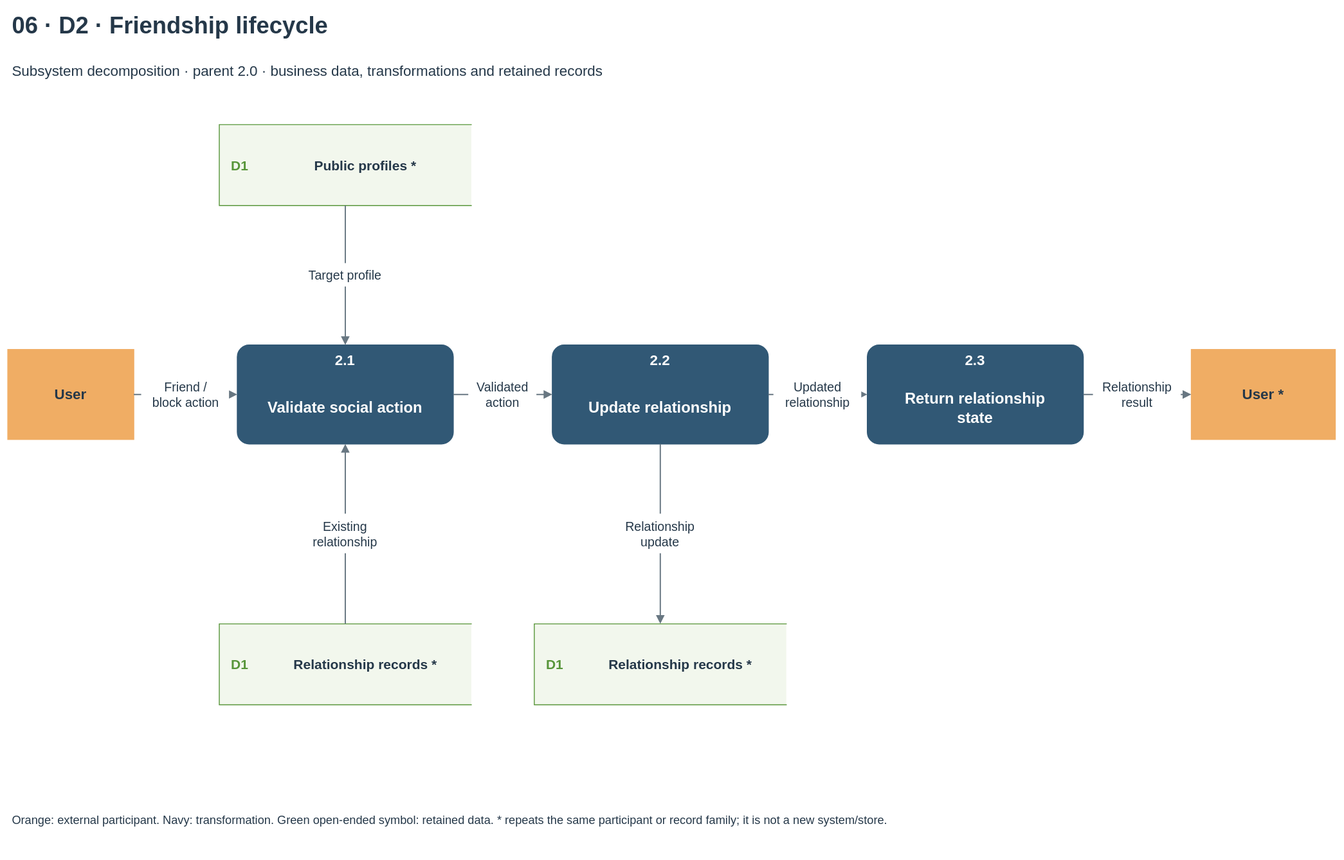
Above: docs/diagrams/velora-current/importable-svg/06-dfd-social.drawio.svg in HieuCuteDangYeu/velora-backend (draw.io), before the change. Source tidied: cells renumbered, new cells last; positions are measured from the earlier drawing's top-left corner, leaving out a move shared by most shapes.
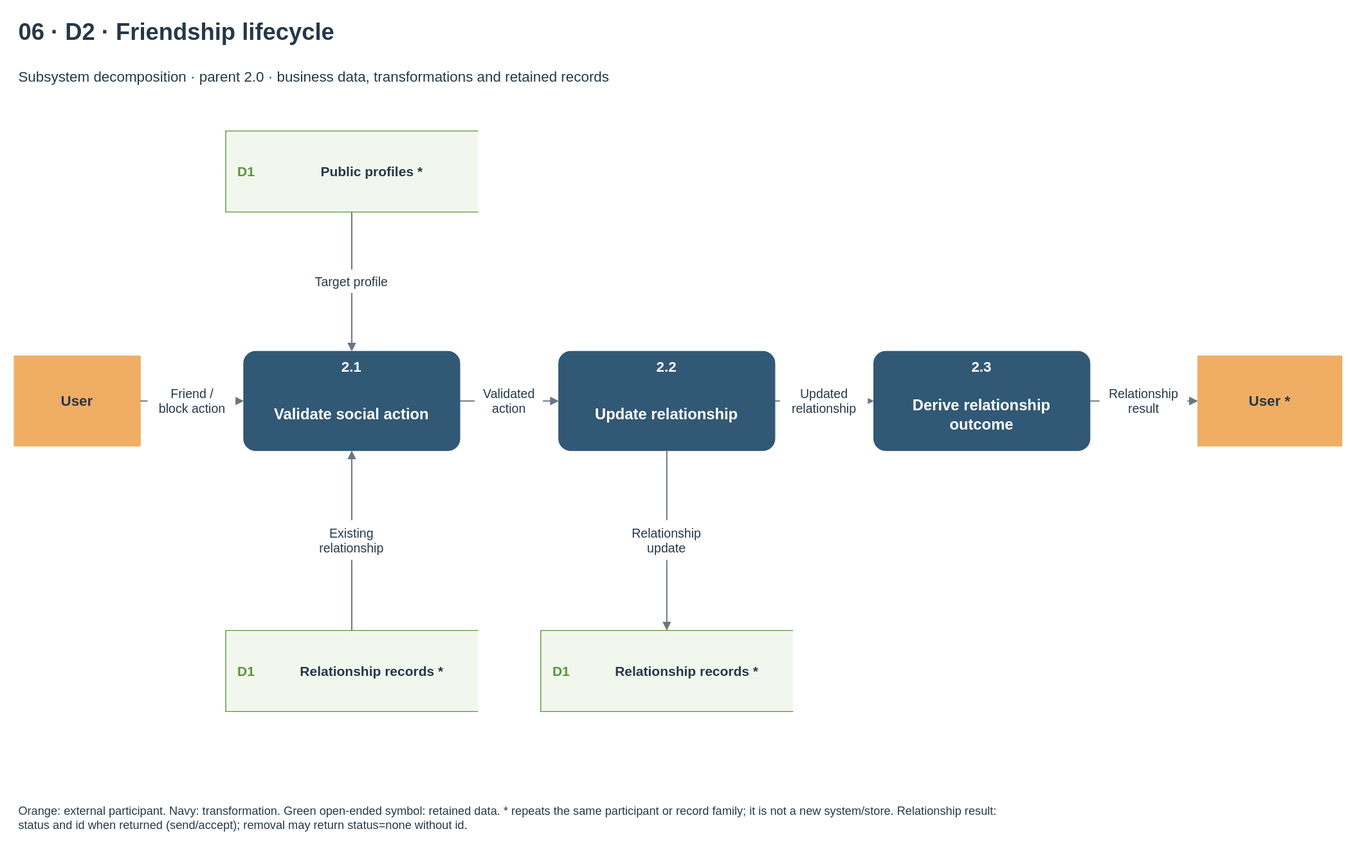
Later version of the same file.

Change to the diagram source:
```diff
@@ -32,7 +32,7 @@
     <mxCell id="11" value="2.3" style="text;html=1;whiteSpace=wrap;fontFamily=Arial;fontSize=16;fontColor=white;fontStyle=1;align=center;verticalAlign=middle;spacing=0;" parent="10" vertex="1">
       <mxGeometry x="5" y="4" width="230" height="25" as="geometry" />
     </mxCell>
-    <mxCell id="12" value="Return relationship&lt;br&gt;state" style="text;html=1;whiteSpace=wrap;fontFamily=Arial;fontSize=17;fontColor=white;fontStyle=1;align=center;verticalAlign=middle;spacing=0;" parent="10" vertex="1">
+    <mxCell id="12" value="Derive relationship&lt;br&gt;outcome" style="text;html=1;whiteSpace=wrap;fontFamily=Arial;fontSize=17;fontColor=white;fontStyle=1;align=center;verticalAlign=middle;spacing=0;" parent="10" vertex="1">
       <mxGeometry x="8" y="36" width="224" height="70" as="geometry" />
     </mxCell>
     <mxCell id="13" style="rounded=0;arcSize=12;fillColor=#f0ad64;strokeColor=#f0ad64;dashed=0;whiteSpace=wrap;" parent="1" vertex="1">
@@ -137,8 +137,8 @@
     <mxCell id="46" value="Relationship&lt;br&gt;update" style="text;html=1;whiteSpace=wrap;fontFamily=Arial;fontSize=14;fontColor=#253849;fontStyle=0;align=center;verticalAlign=middle;spacing=0;" parent="1" vertex="1">
       <mxGeometry x="676.2" y="563" width="97.6" height="44" as="geometry" />
     </mxCell>
-    <mxCell id="47" value="Orange: external participant. Navy: transformation. Green open-ended symbol: retained data. * repeats the same participant or record family; it is not a new system/store." style="text;html=1;whiteSpace=wrap;fontFamily=Arial;fontSize=13;fontColor=#253849;fontStyle=0;align=left;verticalAlign=middle;spacing=0;" parent="1" vertex="1">
-      <mxGeometry x="5" y="865" width="1460" height="75" as="geometry" />
+    <mxCell id="47" value="Orange: external participant. Navy: transformation. Green open-ended symbol: retained data. * repeats the same participant or record family; it is not a new system/store. Relationship result:&lt;br&gt;status and id when returned (send/accept); removal may return status=none without id." style="text;html=1;whiteSpace=wrap;fontFamily=Arial;fontSize=13;fontColor=#253849;fontStyle=0;align=left;verticalAlign=middle;spacing=0;" parent="1" vertex="1">
+      <mxGeometry x="5" y="865" width="1460" height="56" as="geometry" />
     </mxCell>
   </root>
 </mxGraphModel>
```
